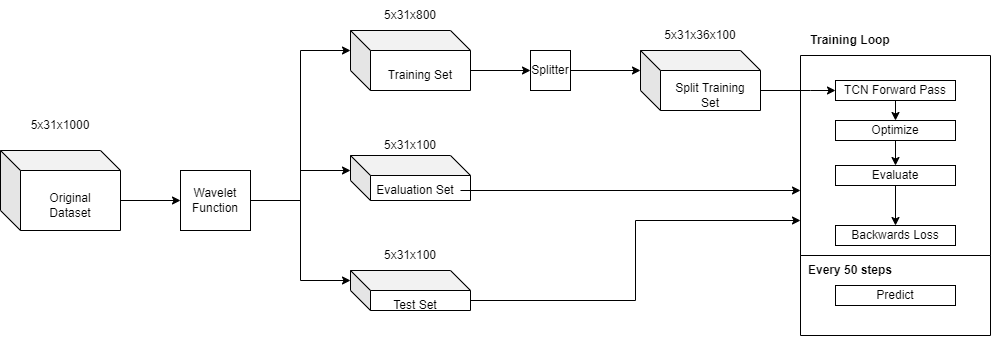
lukegtc/driver2vec_Reproduced keeps this draw.io diagram as wiki_images/TCNModel.drawio.png. Above is the earlier version. Source tidied: cells renumbered, new cells last; positions are measured from the earlier drawing's top-left corner, leaving out a move shared by most shapes.
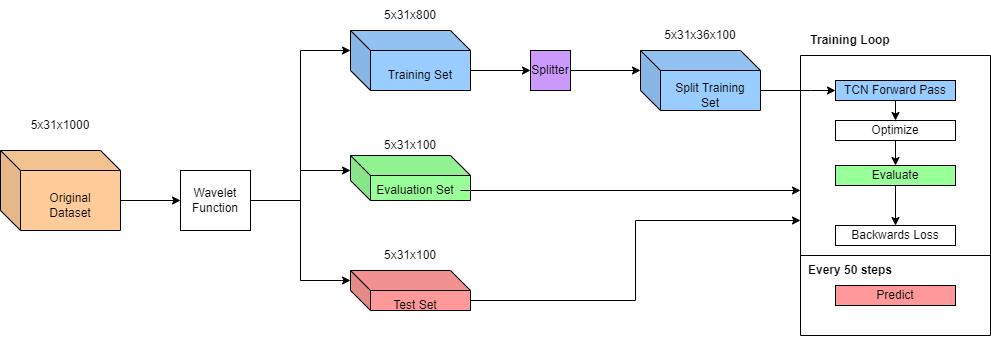
The same diagram one commit later.

Diff of the diagram source:
```diff
@@ -1,29 +1,29 @@
-<mxGraphModel>
+<mxGraphModel background="#FFFFFF">
   <root>
     <mxCell id="0" />
     <mxCell id="1" parent="0" />
     <mxCell id="2" style="group;" parent="1" vertex="1">
       <mxGeometry x="350" y="30" width="120" height="60" as="geometry" />
     </mxCell>
-    <mxCell id="3" style="shape=cube;whiteSpace=wrap;html=1;boundedLbl=1;backgroundOutline=1;darkOpacity=0.05;darkOpacity2=0.1;" parent="2" vertex="1">
+    <mxCell id="3" style="shape=cube;whiteSpace=wrap;html=1;boundedLbl=1;backgroundOutline=1;darkOpacity=0.05;darkOpacity2=0.1;fillColor=#99CCFF;" parent="2" vertex="1">
       <mxGeometry width="120" height="60" as="geometry" />
     </mxCell>
     <mxCell id="4" value="Training Set" style="text;html=1;strokeColor=none;fillColor=none;align=center;verticalAlign=middle;whiteSpace=wrap;rounded=0;" parent="2" vertex="1">
       <mxGeometry x="25" y="30" width="90" height="30" as="geometry" />
     </mxCell>
-    <mxCell id="5" style="group;" parent="1" vertex="1">
+    <mxCell id="5" style="group;fillColor=default;" parent="1" vertex="1">
       <mxGeometry x="350" y="155" width="120" height="50" as="geometry" />
     </mxCell>
-    <mxCell id="6" style="shape=cube;whiteSpace=wrap;html=1;boundedLbl=1;backgroundOutline=1;darkOpacity=0.05;darkOpacity2=0.1;" parent="5" vertex="1">
+    <mxCell id="6" style="shape=cube;whiteSpace=wrap;html=1;boundedLbl=1;backgroundOutline=1;darkOpacity=0.05;darkOpacity2=0.1;fillColor=#99FF99;" parent="5" vertex="1">
       <mxGeometry width="120" height="45" as="geometry" />
     </mxCell>
     <mxCell id="7" value="Evaluation Set" style="text;html=1;strokeColor=none;fillColor=none;align=center;verticalAlign=middle;whiteSpace=wrap;rounded=0;" parent="5" vertex="1">
       <mxGeometry x="20" y="20" width="90" height="30" as="geometry" />
     </mxCell>
-    <mxCell id="8" style="group;" parent="1" vertex="1">
+    <mxCell id="8" style="group;fillColor=default;" parent="1" vertex="1">
       <mxGeometry x="350" y="270" width="120" height="50" as="geometry" />
     </mxCell>
-    <mxCell id="9" style="shape=cube;whiteSpace=wrap;html=1;boundedLbl=1;backgroundOutline=1;darkOpacity=0.05;darkOpacity2=0.1;" parent="8" vertex="1">
+    <mxCell id="9" style="shape=cube;whiteSpace=wrap;html=1;boundedLbl=1;backgroundOutline=1;darkOpacity=0.05;darkOpacity2=0.1;fillColor=#FF9999;" parent="8" vertex="1">
       <mxGeometry width="120" height="40" as="geometry" />
     </mxCell>
     <mxCell id="10" value="Test Set" style="text;html=1;strokeColor=none;fillColor=none;align=center;verticalAlign=middle;whiteSpace=wrap;rounded=0;" parent="8" vertex="1">
@@ -41,7 +41,7 @@
     <mxCell id="14" style="group;" parent="1" vertex="1">
       <mxGeometry y="110" width="120" height="120" as="geometry" />
     </mxCell>
-    <mxCell id="15" style="shape=cube;whiteSpace=wrap;html=1;boundedLbl=1;backgroundOutline=1;darkOpacity=0.05;darkOpacity2=0.1;" parent="14" vertex="1">
+    <mxCell id="15" style="shape=cube;whiteSpace=wrap;html=1;boundedLbl=1;backgroundOutline=1;darkOpacity=0.05;darkOpacity2=0.1;fillColor=#FFCC99;" parent="14" vertex="1">
       <mxGeometry y="40" width="120" height="80" as="geometry" />
     </mxCell>
     <mxCell id="16" value="Original&lt;br&gt;Dataset" style="text;html=1;strokeColor=none;fillColor=none;align=center;verticalAlign=middle;whiteSpace=wrap;rounded=0;" parent="14" vertex="1">
@@ -70,7 +70,7 @@
     <mxCell id="23" style="edgeStyle=orthogonalEdgeStyle;rounded=0;jettySize=auto;html=1;exitX=1;exitY=0.5;exitDx=0;exitDy=0;entryX=0;entryY=0;entryDx=0;entryDy=20;entryPerimeter=0;" parent="1" edge="1" source="24" target="27">
       <mxGeometry relative="1" as="geometry" />
     </mxCell>
-    <mxCell id="24" value="Splitter" style="whiteSpace=wrap;html=1;" parent="1" vertex="1">
+    <mxCell id="24" value="Splitter" style="whiteSpace=wrap;html=1;fillColor=#CC99FF;" parent="1" vertex="1">
       <mxGeometry x="530" y="50" width="40" height="40" as="geometry" />
     </mxCell>
     <mxCell id="25" style="edgeStyle=orthogonalEdgeStyle;rounded=0;jettySize=auto;html=1;exitX=0;exitY=0;exitDx=120;exitDy=40;exitPerimeter=0;entryX=0;entryY=0.5;entryDx=0;entryDy=0;" parent="1" edge="1" source="3" target="24">
@@ -79,7 +79,7 @@
     <mxCell id="26" style="group;" parent="1" vertex="1">
       <mxGeometry x="640" y="50" width="120" height="60" as="geometry" />
     </mxCell>
-    <mxCell id="27" style="shape=cube;whiteSpace=wrap;html=1;boundedLbl=1;backgroundOutline=1;darkOpacity=0.05;darkOpacity2=0.1;" parent="26" vertex="1">
+    <mxCell id="27" style="shape=cube;whiteSpace=wrap;html=1;boundedLbl=1;backgroundOutline=1;darkOpacity=0.05;darkOpacity2=0.1;fillColor=#99CCFF;" parent="26" vertex="1">
       <mxGeometry width="120" height="60" as="geometry" />
     </mxCell>
     <mxCell id="28" value="Split Training Set" style="text;html=1;strokeColor=none;fillColor=none;align=center;verticalAlign=middle;whiteSpace=wrap;rounded=0;" parent="26" vertex="1">
@@ -103,13 +103,13 @@
     <mxCell id="34" style="edgeStyle=orthogonalEdgeStyle;rounded=0;jettySize=auto;html=1;exitX=0.5;exitY=1;exitDx=0;exitDy=0;entryX=0.5;entryY=0;entryDx=0;entryDy=0;" parent="31" edge="1" source="35" target="36">
       <mxGeometry relative="1" as="geometry" />
     </mxCell>
-    <mxCell id="35" value="Evaluate" style="rounded=0;whiteSpace=wrap;html=1;" parent="31" vertex="1">
+    <mxCell id="35" value="Evaluate" style="rounded=0;whiteSpace=wrap;html=1;fillColor=#99FF99;" parent="31" vertex="1">
       <mxGeometry x="35" y="110" width="120" height="20" as="geometry" />
     </mxCell>
     <mxCell id="36" value="Backwards Loss" style="rounded=0;whiteSpace=wrap;html=1;" parent="31" vertex="1">
       <mxGeometry x="35" y="170" width="120" height="20" as="geometry" />
     </mxCell>
-    <mxCell id="37" value="TCN Forward Pass" style="rounded=0;whiteSpace=wrap;html=1;" parent="31" vertex="1">
+    <mxCell id="37" value="TCN Forward Pass" style="rounded=0;whiteSpace=wrap;html=1;fillColor=#99CCFF;" parent="31" vertex="1">
       <mxGeometry x="35" y="25" width="120" height="20" as="geometry" />
     </mxCell>
     <mxCell id="38" style="edgeStyle=orthogonalEdgeStyle;rounded=0;jettySize=auto;html=1;exitX=0.5;exitY=1;exitDx=0;exitDy=0;entryX=0.5;entryY=0;entryDx=0;entryDy=0;" parent="31" edge="1" source="37" target="33">
@@ -124,7 +124,7 @@
     <mxCell id="41" value="&lt;b&gt;Every 50 steps&lt;/b&gt;" style="text;html=1;strokeColor=none;fillColor=none;align=center;verticalAlign=middle;whiteSpace=wrap;rounded=0;" parent="40" vertex="1">
       <mxGeometry width="100" height="30" as="geometry" />
     </mxCell>
-    <mxCell id="42" value="Predict" style="rounded=0;whiteSpace=wrap;html=1;" parent="40" vertex="1">
+    <mxCell id="42" value="Predict" style="rounded=0;whiteSpace=wrap;html=1;fillColor=#FF9999;" parent="40" vertex="1">
       <mxGeometry x="35" y="30" width="120" height="20" as="geometry" />
     </mxCell>
     <mxCell id="43" style="edgeStyle=orthogonalEdgeStyle;rounded=0;jettySize=auto;html=1;" parent="1" edge="1" source="7">
```
